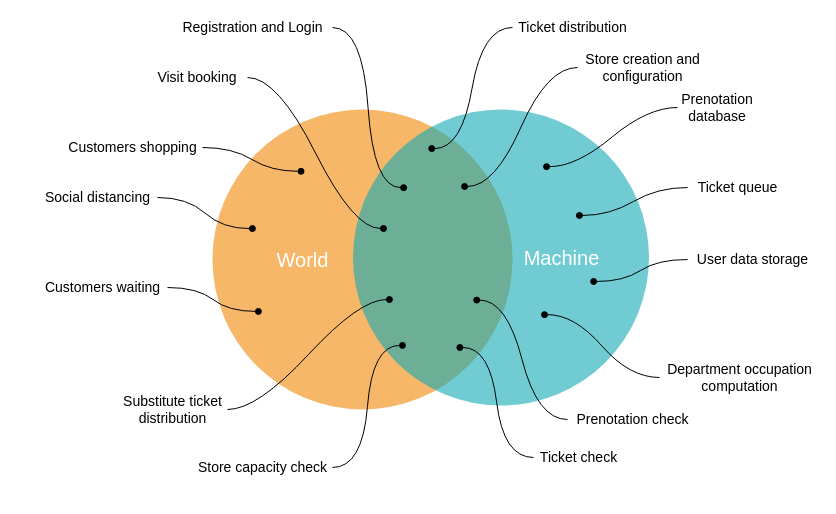
Earlier version of the draw.io diagram RASD/Images/world-machine.drawio (imDema/DeMartiniDuico-sw2). Source tidied: cells renumbered, new cells numbered last; positions are measured from the earlier drawing's top-left corner, leaving out a move shared by most shapes. Both pictures are drawn from the tidied source at 100%, with x=0, y=0 at pixel (37, 17).
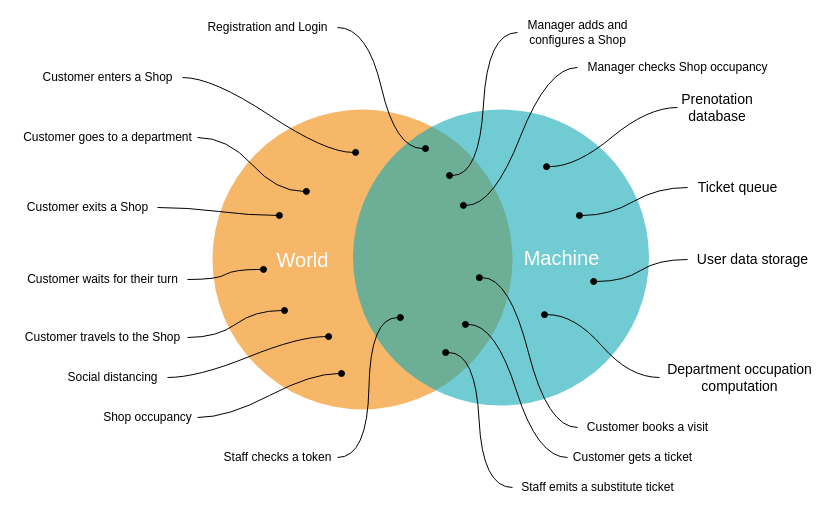
The same page after the edit.

Commit message (it also covers changes not shown here):
Update world machine diag and minor tweaks

Unchanged cells that the change refers to:
```xml
<mxCell id="2" value="&lt;font style=&quot;font-size: 20px&quot;&gt;World&lt;/font&gt;" style="ellipse;fillColor=#F08705;opacity=60;strokeColor=none;html=1;fontColor=#FFFFFF;spacingRight=120;" parent="1" vertex="1">
  <mxGeometry x="175" y="92" width="300" height="300" as="geometry" />
</mxCell>
<mxCell id="3" value="&lt;font style=&quot;font-size: 20px&quot;&gt;Machine&lt;/font&gt;" style="ellipse;fillColor=#12AAB5;opacity=60;strokeColor=none;html=1;fontColor=#FFFFFF;spacingLeft=120;" parent="1" vertex="1">
  <mxGeometry x="315.5" y="92" width="296" height="296" as="geometry" />
</mxCell>
<mxCell id="5" value="Prenotation database" style="text;html=1;strokeColor=none;fillColor=none;align=center;verticalAlign=middle;whiteSpace=wrap;rounded=0;fontSize=14;" parent="1" vertex="1">
  <mxGeometry x="640" y="70" width="80" height="40" as="geometry" />
</mxCell>
```

What changed in the source:
```diff
@@
     <mxCell id="4" style="edgeStyle=entityRelationEdgeStyle;jettySize=auto;html=1;elbow=vertical;endArrow=oval;endFill=1;entryX=0.654;entryY=0.193;entryDx=0;entryDy=0;entryPerimeter=0;curved=1;" parent="1" edge="1" source="5" target="3">
-      <mxGeometry x="805" y="60" as="geometry" />
+      <mxGeometry x="818" y="62" as="geometry" />
     </mxCell>
@@
-    <mxCell id="6" style="edgeStyle=entityRelationEdgeStyle;jettySize=auto;html=1;entryX=0.103;entryY=0.402;entryDx=0;entryDy=0;entryPerimeter=0;endArrow=oval;endFill=1;curved=1;" parent="1" edge="1" source="7" target="3">
-      <mxGeometry relative="1" as="geometry" />
-    </mxCell>
-    <mxCell id="7" value="Visit booking" style="text;html=1;strokeColor=none;fillColor=none;align=center;verticalAlign=middle;whiteSpace=wrap;rounded=0;fontSize=14;" parent="1" vertex="1">
-      <mxGeometry x="110" y="40" width="100" height="40" as="geometry" />
-    </mxCell>
-    <mxCell id="8" style="edgeStyle=entityRelationEdgeStyle;curved=1;jettySize=auto;html=1;entryX=0.295;entryY=0.206;entryDx=0;entryDy=0;entryPerimeter=0;endArrow=oval;endFill=1;" parent="1" edge="1" source="9" target="2">
-      <mxGeometry relative="1" as="geometry" />
-    </mxCell>
-    <mxCell id="9" value="Customers shopping" style="text;html=1;align=center;verticalAlign=middle;points=[];fontSize=14;" parent="1" vertex="1">
-      <mxGeometry x="25" y="120" width="140" height="20" as="geometry" />
-    </mxCell>
+    <mxCell id="16" style="edgeStyle=entityRelationEdgeStyle;curved=1;jettySize=auto;html=1;entryX=0.765;entryY=0.358;entryDx=0;entryDy=0;entryPerimeter=0;endArrow=oval;endFill=1;" parent="1" edge="1" source="17" target="3">
+      <mxGeometry relative="1" as="geometry" />
+    </mxCell>
+    <mxCell id="17" value="Ticket queue" style="text;html=1;align=center;verticalAlign=middle;points=[];fontSize=14;" parent="1" vertex="1">
+      <mxGeometry x="650" y="160" width="100" height="20" as="geometry" />
+    </mxCell>
+    <mxCell id="22" style="edgeStyle=entityRelationEdgeStyle;curved=1;jettySize=auto;html=1;entryX=0.647;entryY=0.693;entryDx=0;entryDy=0;entryPerimeter=0;endArrow=oval;endFill=1;" parent="1" edge="1" source="23" target="3">
+      <mxGeometry relative="1" as="geometry" />
+    </mxCell>
+    <mxCell id="23" value="Department occupation&lt;br&gt;computation" style="text;html=1;align=center;verticalAlign=middle;points=[];fontSize=14;" parent="1" vertex="1">
+      <mxGeometry x="622" y="340" width="160" height="40" as="geometry" />
+    </mxCell>
+    <mxCell id="26" style="edgeStyle=entityRelationEdgeStyle;curved=1;jettySize=auto;html=1;entryX=0.813;entryY=0.581;entryDx=0;entryDy=0;entryPerimeter=0;endArrow=oval;endFill=1;fontSize=14;" parent="1" edge="1" source="27" target="3">
+      <mxGeometry relative="1" as="geometry" />
+    </mxCell>
+    <mxCell id="27" value="User data storage" style="text;html=1;align=center;verticalAlign=middle;points=[];fontSize=14;" parent="1" vertex="1">
+      <mxGeometry x="650" y="232" width="130" height="20" as="geometry" />
+    </mxCell>
+    <mxCell id="34" style="edgeStyle=entityRelationEdgeStyle;jettySize=auto;html=1;entryX=0.477;entryY=0.143;entryDx=0;entryDy=0;entryPerimeter=0;endArrow=oval;endFill=1;curved=1;" parent="1" edge="1" source="35" target="2">
+      <mxGeometry relative="1" as="geometry" />
+    </mxCell>
+    <mxCell id="35" value="Customer enters a Shop" style="text;html=1;align=center;verticalAlign=middle;points=[];" parent="1" vertex="1">
+      <mxGeometry x="-5" y="50" width="150" height="20" as="geometry" />
+    </mxCell>
+    <mxCell id="36" style="edgeStyle=entityRelationEdgeStyle;curved=1;jettySize=auto;html=1;entryX=0.313;entryY=0.273;entryDx=0;entryDy=0;entryPerimeter=0;endArrow=oval;endFill=1;" parent="1" edge="1" source="37" target="2">
+      <mxGeometry relative="1" as="geometry" />
+    </mxCell>
+    <mxCell id="37" value="Customer goes to a department" style="text;html=1;align=center;verticalAlign=middle;points=[];" parent="1" vertex="1">
+      <mxGeometry x="-20" y="110" width="180" height="20" as="geometry" />
+    </mxCell>
+    <mxCell id="38" style="edgeStyle=entityRelationEdgeStyle;curved=1;jettySize=auto;html=1;entryX=0.223;entryY=0.353;entryDx=0;entryDy=0;entryPerimeter=0;endArrow=oval;endFill=1;" parent="1" edge="1" source="39" target="2">
+      <mxGeometry relative="1" as="geometry" />
+    </mxCell>
+    <mxCell id="39" value="Customer exits a Shop" style="text;html=1;align=center;verticalAlign=middle;points=[];" parent="1" vertex="1">
+      <mxGeometry x="-20" y="180" width="140" height="20" as="geometry" />
+    </mxCell>
+    <mxCell id="40" style="edgeStyle=entityRelationEdgeStyle;curved=1;jettySize=auto;html=1;entryX=0.17;entryY=0.533;entryDx=0;entryDy=0;entryPerimeter=0;endArrow=oval;endFill=1;" parent="1" edge="1" source="41" target="2">
+      <mxGeometry relative="1" as="geometry" />
+    </mxCell>
+    <mxCell id="41" value="Customer waits for their turn" style="text;html=1;align=center;verticalAlign=middle;points=[];" parent="1" vertex="1">
+      <mxGeometry x="-20" y="252" width="170" height="20" as="geometry" />
+    </mxCell>
+    <mxCell id="42" style="edgeStyle=entityRelationEdgeStyle;curved=1;jettySize=auto;html=1;entryX=0.24;entryY=0.67;entryDx=0;entryDy=0;entryPerimeter=0;endArrow=oval;endFill=1;" parent="1" edge="1" source="43" target="2">
+      <mxGeometry relative="1" as="geometry" />
+    </mxCell>
+    <mxCell id="43" value="Customer travels to the Shop" style="text;html=1;align=center;verticalAlign=middle;points=[];" parent="1" vertex="1">
+      <mxGeometry x="-20" y="310" width="170" height="20" as="geometry" />
+    </mxCell>
-    <mxCell id="10" style="edgeStyle=entityRelationEdgeStyle;curved=1;jettySize=auto;html=1;entryX=0.133;entryY=0.397;entryDx=0;entryDy=0;entryPerimeter=0;endArrow=oval;endFill=1;" parent="1" edge="1" source="11" target="2">
+    <mxCell id="10" style="edgeStyle=entityRelationEdgeStyle;curved=1;jettySize=auto;html=1;entryX=0.387;entryY=0.757;entryDx=0;entryDy=0;entryPerimeter=0;endArrow=oval;endFill=1;" parent="1" edge="1" source="11" target="2">
       <mxGeometry relative="1" as="geometry" />
     </mxCell>
-    <mxCell id="11" value="Social distancing" style="text;html=1;align=center;verticalAlign=middle;points=[];fontSize=14;" parent="1" vertex="1">
-      <mxGeometry y="170" width="120" height="20" as="geometry" />
+    <mxCell id="11" value="Social distancing" style="text;html=1;align=center;verticalAlign=middle;points=[];" parent="1" vertex="1">
+      <mxGeometry x="20" y="350" width="110" height="20" as="geometry" />
     </mxCell>
-    <mxCell id="12" style="edgeStyle=entityRelationEdgeStyle;curved=1;jettySize=auto;html=1;entryX=0.266;entryY=0.132;entryDx=0;entryDy=0;entryPerimeter=0;endArrow=oval;endFill=1;" parent="1" edge="1" source="13" target="3">
-      <mxGeometry relative="1" as="geometry" />
-    </mxCell>
-    <mxCell id="13" value="Ticket distribution" style="text;html=1;align=center;verticalAlign=middle;points=[];fontSize=14;" parent="1" vertex="1">
-      <mxGeometry x="475" width="120" height="20" as="geometry" />
-    </mxCell>
-    <mxCell id="14" style="edgeStyle=entityRelationEdgeStyle;curved=1;jettySize=auto;html=1;entryX=0.153;entryY=0.673;entryDx=0;entryDy=0;entryPerimeter=0;endArrow=oval;endFill=1;" parent="1" edge="1" source="15" target="2">
-      <mxGeometry relative="1" as="geometry" />
-    </mxCell>
-    <mxCell id="15" value="Customers waiting" style="text;html=1;align=center;verticalAlign=middle;points=[];fontSize=14;" parent="1" vertex="1">
-      <mxGeometry y="260" width="130" height="20" as="geometry" />
-    </mxCell>
-    <mxCell id="16" style="edgeStyle=entityRelationEdgeStyle;curved=1;jettySize=auto;html=1;entryX=0.765;entryY=0.358;entryDx=0;entryDy=0;entryPerimeter=0;endArrow=oval;endFill=1;" parent="1" edge="1" source="17" target="3">
-      <mxGeometry relative="1" as="geometry" />
-    </mxCell>
-    <mxCell id="17" value="Ticket queue" style="text;html=1;align=center;verticalAlign=middle;points=[];fontSize=14;" parent="1" vertex="1">
-      <mxGeometry x="650" y="160" width="100" height="20" as="geometry" />
-    </mxCell>
-    <mxCell id="18" style="edgeStyle=entityRelationEdgeStyle;curved=1;jettySize=auto;html=1;entryX=0.361;entryY=0.804;entryDx=0;entryDy=0;entryPerimeter=0;endArrow=oval;endFill=1;" parent="1" edge="1" source="19" target="3">
-      <mxGeometry relative="1" as="geometry" />
-    </mxCell>
-    <mxCell id="19" value="Ticket check" style="text;html=1;align=center;verticalAlign=middle;points=[];fontSize=14;" parent="1" vertex="1">
-      <mxGeometry x="496" y="430" width="90" height="20" as="geometry" />
-    </mxCell>
-    <mxCell id="20" style="edgeStyle=entityRelationEdgeStyle;curved=1;jettySize=auto;html=1;entryX=0.418;entryY=0.644;entryDx=0;entryDy=0;entryPerimeter=0;endArrow=oval;endFill=1;" parent="1" edge="1" source="21" target="3">
-      <mxGeometry relative="1" as="geometry" />
-    </mxCell>
-    <mxCell id="21" value="Prenotation check" style="text;html=1;align=center;verticalAlign=middle;points=[];fontSize=14;" parent="1" vertex="1">
-      <mxGeometry x="530" y="392" width="130" height="20" as="geometry" />
-    </mxCell>
-    <mxCell id="22" style="edgeStyle=entityRelationEdgeStyle;curved=1;jettySize=auto;html=1;entryX=0.647;entryY=0.693;entryDx=0;entryDy=0;entryPerimeter=0;endArrow=oval;endFill=1;" parent="1" edge="1" source="23" target="3">
-      <mxGeometry relative="1" as="geometry" />
-    </mxCell>
-    <mxCell id="23" value="Department occupation&lt;br&gt;computation" style="text;html=1;align=center;verticalAlign=middle;points=[];fontSize=14;" parent="1" vertex="1">
-      <mxGeometry x="622" y="340" width="160" height="40" as="geometry" />
-    </mxCell>
-    <mxCell id="24" style="edgeStyle=entityRelationEdgeStyle;curved=1;jettySize=auto;html=1;entryX=0.167;entryY=0.797;entryDx=0;entryDy=0;entryPerimeter=0;endArrow=oval;endFill=1;fontSize=14;" parent="1" edge="1" source="25" target="3">
-      <mxGeometry relative="1" as="geometry" />
-    </mxCell>
-    <mxCell id="25" value="Store capacity check" style="text;html=1;align=center;verticalAlign=middle;points=[];fontSize=14;" parent="1" vertex="1">
-      <mxGeometry x="155" y="440" width="140" height="20" as="geometry" />
-    </mxCell>
-    <mxCell id="26" style="edgeStyle=entityRelationEdgeStyle;curved=1;jettySize=auto;html=1;entryX=0.813;entryY=0.581;entryDx=0;entryDy=0;entryPerimeter=0;endArrow=oval;endFill=1;fontSize=14;" parent="1" edge="1" source="27" target="3">
-      <mxGeometry relative="1" as="geometry" />
-    </mxCell>
-    <mxCell id="27" value="User data storage" style="text;html=1;align=center;verticalAlign=middle;points=[];fontSize=14;" parent="1" vertex="1">
-      <mxGeometry x="650" y="232" width="130" height="20" as="geometry" />
-    </mxCell>
+    <mxCell id="44" style="edgeStyle=entityRelationEdgeStyle;curved=1;jettySize=auto;html=1;entryX=0.43;entryY=0.88;entryDx=0;entryDy=0;entryPerimeter=0;endArrow=oval;endFill=1;" parent="1" edge="1" source="45" target="2">
+      <mxGeometry relative="1" as="geometry" />
+    </mxCell>
+    <mxCell id="45" value="Shop occupancy" style="text;html=1;align=center;verticalAlign=middle;points=[];" parent="1" vertex="1">
+      <mxGeometry x="60" y="390" width="100" height="20" as="geometry" />
+    </mxCell>
-    <mxCell id="28" style="edgeStyle=entityRelationEdgeStyle;curved=1;jettySize=auto;html=1;entryX=0.171;entryY=0.264;entryDx=0;entryDy=0;entryPerimeter=0;endArrow=oval;endFill=1;fontSize=14;" parent="1" edge="1" source="29" target="3">
+    <mxCell id="28" style="edgeStyle=entityRelationEdgeStyle;curved=1;jettySize=auto;html=1;entryX=0.245;entryY=0.132;entryDx=0;entryDy=0;entryPerimeter=0;endArrow=oval;endFill=1;" parent="1" edge="1" source="29" target="3">
       <mxGeometry relative="1" as="geometry" />
     </mxCell>
-    <mxCell id="29" value="Registration and Login" style="text;html=1;align=center;verticalAlign=middle;points=[];fontSize=14;" parent="1" vertex="1">
-      <mxGeometry x="135" width="160" height="20" as="geometry" />
+    <mxCell id="29" value="Registration and Login" style="text;html=1;align=center;verticalAlign=middle;points=[];" parent="1" vertex="1">
+      <mxGeometry x="160" width="140" height="20" as="geometry" />
     </mxCell>
-    <mxCell id="30" style="edgeStyle=entityRelationEdgeStyle;curved=1;jettySize=auto;html=1;entryX=0.123;entryY=0.642;entryDx=0;entryDy=0;entryPerimeter=0;endArrow=oval;endFill=1;fontSize=14;" parent="1" edge="1" source="31" target="3">
-      <mxGeometry relative="1" as="geometry" />
-    </mxCell>
-    <mxCell id="31" value="Substitute ticket&lt;br&gt;distribution" style="text;html=1;align=center;verticalAlign=middle;points=[];fontSize=14;" parent="1" vertex="1">
-      <mxGeometry x="80" y="372" width="110" height="40" as="geometry" />
-    </mxCell>
-    <mxCell id="32" style="edgeStyle=entityRelationEdgeStyle;curved=1;jettySize=auto;html=1;entryX=0.377;entryY=0.26;entryDx=0;entryDy=0;entryPerimeter=0;endArrow=oval;endFill=1;fontSize=14;" parent="1" edge="1" source="33" target="3">
-      <mxGeometry relative="1" as="geometry" />
-    </mxCell>
-    <mxCell id="33" value="Store creation and&lt;br&gt;configuration" style="text;html=1;align=center;verticalAlign=middle;points=[];fontSize=14;" parent="1" vertex="1">
-      <mxGeometry x="540" y="30" width="130" height="40" as="geometry" />
-    </mxCell>
+    <mxCell id="46" style="edgeStyle=entityRelationEdgeStyle;curved=1;jettySize=auto;html=1;entryX=0.326;entryY=0.223;entryDx=0;entryDy=0;entryPerimeter=0;endArrow=oval;endFill=1;" parent="1" edge="1" source="47" target="3">
+      <mxGeometry relative="1" as="geometry" />
+    </mxCell>
+    <mxCell id="47" value="Manager adds and&lt;br&gt;configures a Shop" style="text;html=1;align=center;verticalAlign=middle;points=[];" parent="1" vertex="1">
+      <mxGeometry x="480" width="120" height="30" as="geometry" />
+    </mxCell>
+    <mxCell id="48" style="edgeStyle=entityRelationEdgeStyle;curved=1;jettySize=auto;html=1;entryX=0.427;entryY=0.568;entryDx=0;entryDy=0;entryPerimeter=0;endArrow=oval;endFill=1;" parent="1" edge="1" source="49" target="3">
+      <mxGeometry relative="1" as="geometry" />
+    </mxCell>
+    <mxCell id="49" value="Customer books a visit" style="text;html=1;align=center;verticalAlign=middle;points=[];" parent="1" vertex="1">
+      <mxGeometry x="540" y="400" width="140" height="20" as="geometry" />
+    </mxCell>
+    <mxCell id="50" style="edgeStyle=entityRelationEdgeStyle;jettySize=auto;html=1;entryX=0.38;entryY=0.726;entryDx=0;entryDy=0;entryPerimeter=0;endArrow=oval;endFill=1;curved=1;" parent="1" edge="1" source="51" target="3">
+      <mxGeometry relative="1" as="geometry" />
+    </mxCell>
+    <mxCell id="51" value="Customer gets a ticket" style="text;html=1;align=center;verticalAlign=middle;points=[];" parent="1" vertex="1">
+      <mxGeometry x="530" y="430" width="130" height="20" as="geometry" />
+    </mxCell>
+    <mxCell id="52" style="edgeStyle=entityRelationEdgeStyle;curved=1;jettySize=auto;html=1;entryX=0.16;entryY=0.703;entryDx=0;entryDy=0;entryPerimeter=0;endArrow=oval;endFill=1;" parent="1" edge="1" source="53" target="3">
+      <mxGeometry relative="1" as="geometry" />
+    </mxCell>
+    <mxCell id="53" value="Staff checks a token" style="text;html=1;align=center;verticalAlign=middle;points=[];" parent="1" vertex="1">
+      <mxGeometry x="180" y="430" width="120" height="20" as="geometry" />
+    </mxCell>
+    <mxCell id="54" style="edgeStyle=entityRelationEdgeStyle;curved=1;jettySize=auto;html=1;entryX=0.313;entryY=0.821;entryDx=0;entryDy=0;entryPerimeter=0;endArrow=oval;endFill=1;" parent="1" edge="1" source="55" target="3">
+      <mxGeometry relative="1" as="geometry" />
+    </mxCell>
+    <mxCell id="55" value="Staff emits a substitute ticket" style="text;html=1;align=center;verticalAlign=middle;points=[];" parent="1" vertex="1">
+      <mxGeometry x="475" y="460" width="170" height="20" as="geometry" />
+    </mxCell>
+    <mxCell id="56" style="edgeStyle=entityRelationEdgeStyle;curved=1;jettySize=auto;html=1;entryX=0.373;entryY=0.324;entryDx=0;entryDy=0;entryPerimeter=0;endArrow=oval;endFill=1;" parent="1" edge="1" source="57" target="3">
+      <mxGeometry relative="1" as="geometry" />
+    </mxCell>
+    <mxCell id="57" value="Manager checks Shop occupancy" style="text;html=1;align=center;verticalAlign=middle;points=[];" parent="1" vertex="1">
+      <mxGeometry x="540" y="40" width="200" height="20" as="geometry" />
+    </mxCell>
```
